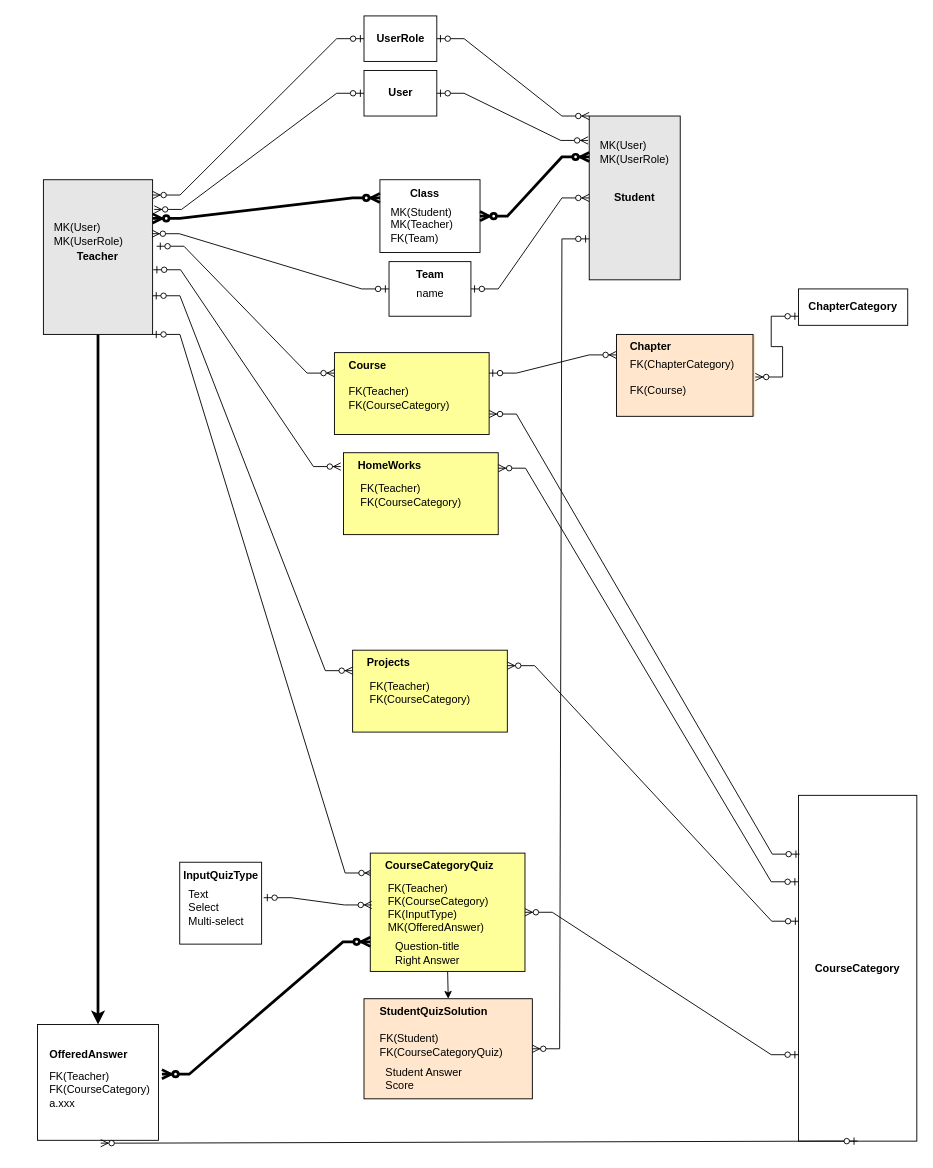
The draw.io diagram page "Page-5" (5 of 5) of Question-Answer-db-schema3.drawio in mikekim-fullstack/lalasol_db_schema, before the edit. Source tidied: cells renumbered, new cells numbered last; positions are measured from the earlier drawing's top-left corner, leaving out a move shared by most shapes. Both pictures are drawn from the tidied source at 91%, with x=0, y=0 at pixel (15, 15).
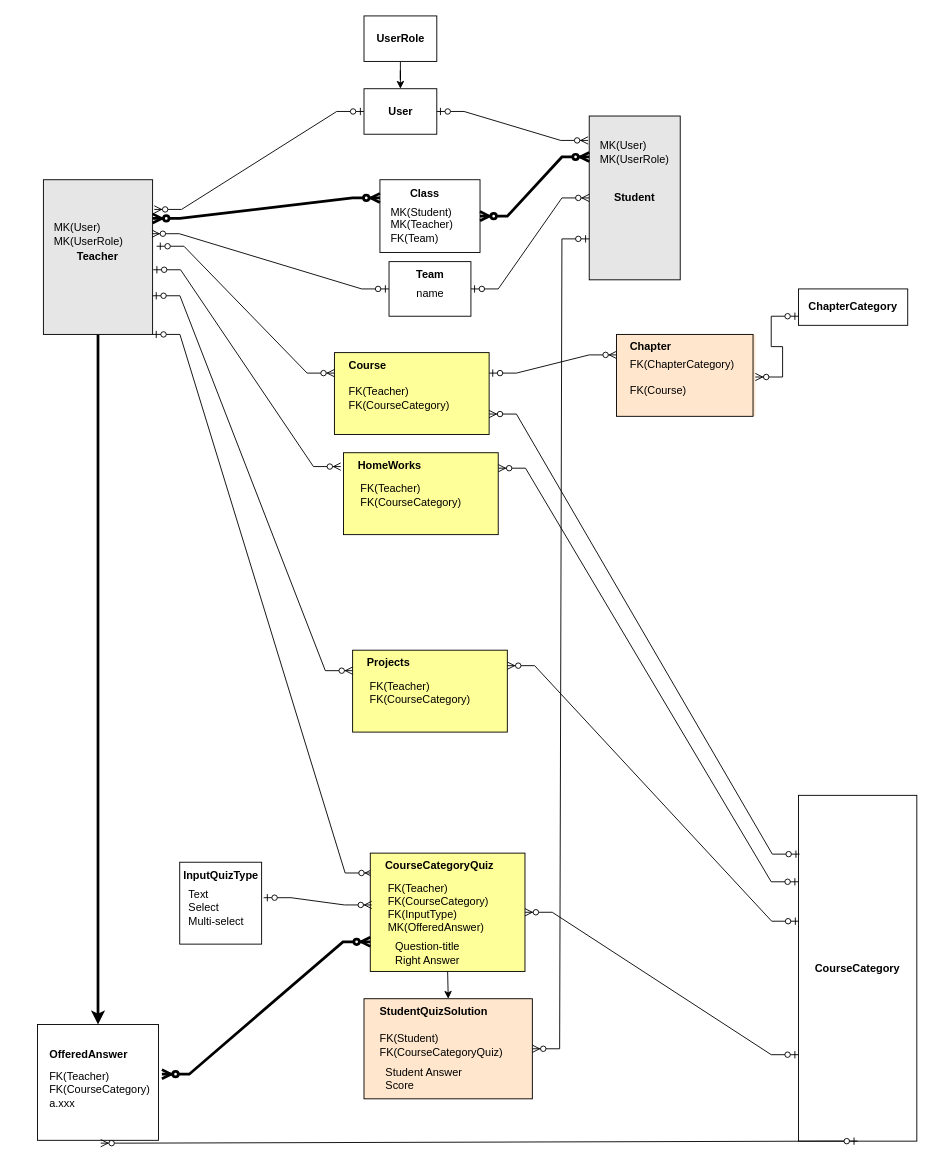
The same diagram, later.

Unchanged cells that the change refers to:
```xml
<mxCell id="15" value="Teacher" style="rounded=0;whiteSpace=wrap;html=1;fontStyle=1;fillColor=#E6E6E6;" parent="1" vertex="1">
  <mxGeometry x="30.2" y="180" width="120" height="170" as="geometry" />
</mxCell>
<mxCell id="29" value="Student" style="rounded=0;whiteSpace=wrap;html=1;fontStyle=1;fillColor=#E6E6E6;" parent="1" vertex="1">
  <mxGeometry x="630" y="110" width="100" height="180" as="geometry" />
</mxCell>
<mxCell id="71" value="UserRole" style="rounded=0;whiteSpace=wrap;html=1;fontStyle=1;" parent="1" vertex="1">
  <mxGeometry x="382.5" width="80" height="50" as="geometry" />
</mxCell>
```

Diff of the diagram source:
```diff
@@
     <mxCell id="70" value="User" style="rounded=0;whiteSpace=wrap;html=1;fontStyle=1;" parent="1" vertex="1">
-      <mxGeometry x="382.5" y="60" width="80" height="50" as="geometry" />
+      <mxGeometry x="382.5" y="80" width="80" height="50" as="geometry" />
     </mxCell>
+    <mxCell id="78" style="edgeStyle=orthogonalEdgeStyle;rounded=0;jettySize=auto;html=1;entryX=0.5;entryY=0;entryDx=0;entryDy=0;strokeWidth=1;" parent="1" edge="1" source="71" target="70">
+      <mxGeometry relative="1" as="geometry" />
+    </mxCell>
@@
-    <mxCell id="74" style="edgeStyle=entityRelationEdgeStyle;fontSize=12;html=1;endArrow=ERzeroToMany;startArrow=ERzeroToOne;rounded=0;exitX=0;exitY=0.5;exitDx=0;exitDy=0;entryX=1.001;entryY=0.099;entryDx=0;entryDy=0;entryPerimeter=0;" parent="1" edge="1" source="71" target="15">
-      <mxGeometry relative="1" as="geometry" />
-    </mxCell>
@@
-    <mxCell id="76" style="edgeStyle=entityRelationEdgeStyle;fontSize=12;html=1;endArrow=ERzeroToMany;startArrow=ERzeroToOne;rounded=0;exitX=1;exitY=0.5;exitDx=0;exitDy=0;entryX=0;entryY=0;entryDx=0;entryDy=0;" parent="1" edge="1" source="71" target="29">
-      <mxGeometry relative="1" as="geometry" />
-    </mxCell>
```
